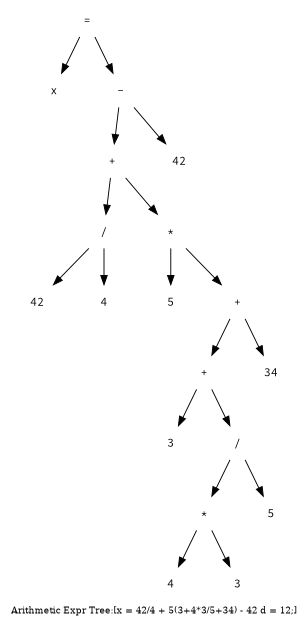
oldlonecoder/xio keeps this Graphviz diagram as xio.dot.png. Above is the earlier version. Its source is kept beside it as xio.dot.
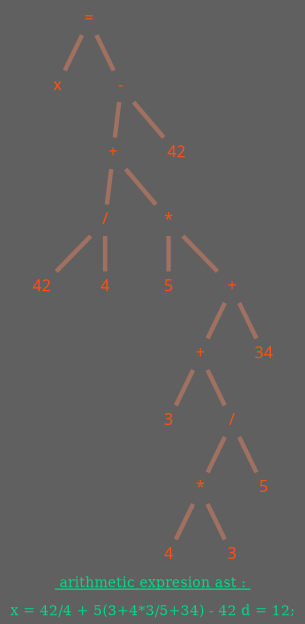
The same diagram one commit later.

Commit message:
store a little bit more complex example. :)

Change to the diagram source:
```diff
@@ -1,42 +1,42 @@
 digraph arithmetic_expressionree {
-ratio=compress; ranksep=.55; size = "6.5,6.5";
-    node [fontname="Source Code Pro", fontsize=12];
-    label="Arithmetic Expr Tree:[x = 42/4 + 5(3+4*3/5+34) - 42 d = 12;]"; fontsize = 10;
-    xioNode0x55661e4f7ab0 [shape=none, label="="]
-    xioNode0x55661e4fd700 [shape=none, label="x"]
-    xioNode0x55661e50f0a0 [shape=none, label="-"]
-    xioNode0x55661e5122c0 [shape=none, label="+"]
-    xioNode0x55661e511ae0 [shape=none, label="/"]
-    xioNode0x55661e509a50 [shape=none, label="42"]
-    xioNode0x55661e511e40 [shape=none, label="4"]
-    xioNode0x55661e512a50 [shape=none, label="*"]
-    xioNode0x55661e512640 [shape=none, label="5"]
-    xioNode0x55661e50e340 [shape=none, label="+"]
-    xioNode0x55661e50a790 [shape=none, label="+"]
-    xioNode0x55661e512b90 [shape=none, label="3"]
-    xioNode0x55661e50dab0 [shape=none, label="/"]
-    xioNode0x55661e512780 [shape=none, label="*"]
-    xioNode0x55661e50b430 [shape=none, label="4"]
-    xioNode0x55661e50d670 [shape=none, label="3"]
-    xioNode0x55661e50ddb0 [shape=none, label="5"]
-    xioNode0x55661e50e820 [shape=none, label="34"]
-    xioNode0x55661e50f420 [shape=none, label="42"]
-    xioNode0x55661e4f7ab0 -> xioNode0x55661e4fd700;
-    xioNode0x55661e4f7ab0 -> xioNode0x55661e50f0a0;
-    xioNode0x55661e50f0a0 -> xioNode0x55661e5122c0;
-    xioNode0x55661e5122c0 -> xioNode0x55661e511ae0;
-    xioNode0x55661e511ae0 -> xioNode0x55661e509a50;
-    xioNode0x55661e511ae0 -> xioNode0x55661e511e40;
-    xioNode0x55661e5122c0 -> xioNode0x55661e512a50;
-    xioNode0x55661e512a50 -> xioNode0x55661e512640;
-    xioNode0x55661e512a50 -> xioNode0x55661e50e340;
-    xioNode0x55661e50e340 -> xioNode0x55661e50a790;
-    xioNode0x55661e50a790 -> xioNode0x55661e512b90;
-    xioNode0x55661e50a790 -> xioNode0x55661e50dab0;
-    xioNode0x55661e50dab0 -> xioNode0x55661e512780;
-    xioNode0x55661e512780 -> xioNode0x55661e50b430;
-    xioNode0x55661e512780 -> xioNode0x55661e50d670;
-    xioNode0x55661e50dab0 -> xioNode0x55661e50ddb0;
-    xioNode0x55661e50e340 -> xioNode0x55661e50e820;
-    xioNode0x55661e50f0a0 -> xioNode0x55661e50f420;
+ratio=compress; ranksep=.55; size = "6.5,6.5"; bgcolor="#606060";
+    node [fontname="JetBrainsMono NF", fontsize=18, fontcolor="#ff500f"];
+    label = < <u> arithmetic expresion ast : </u> <br/> <br/>x = 42/4 + 5(3+4*3/5+34) - 42 d = 12;>; fontsize = 16; fontcolor="#00d787"
+    xioNode0x55f3fc889990 [shape=none, label="="]
+    xioNode0x55f3fc889600 [shape=none, label="x"]
+    xioNode0x55f3fc8a2060 [shape=none, label="-"]
+    xioNode0x55f3fc899f40 [shape=none, label="+"]
+    xioNode0x55f3fc8966d0 [shape=none, label="/"]
+    xioNode0x55f3fc895f70 [shape=none, label="42"]
+    xioNode0x55f3fc8974e0 [shape=none, label="4"]
+    xioNode0x55f3fc89ba90 [shape=none, label="*"]
+    xioNode0x55f3fc89b210 [shape=none, label="5"]
+    xioNode0x55f3fc89f9e0 [shape=none, label="+"]
+    xioNode0x55f3fc8a2bf0 [shape=none, label="+"]
+    xioNode0x55f3fc89d300 [shape=none, label="3"]
+    xioNode0x55f3fc89e0c0 [shape=none, label="/"]
+    xioNode0x55f3fc8a4250 [shape=none, label="*"]
+    xioNode0x55f3fc8a3930 [shape=none, label="4"]
+    xioNode0x55f3fc89daa0 [shape=none, label="3"]
+    xioNode0x55f3fc89f0c0 [shape=none, label="5"]
+    xioNode0x55f3fc8a0d00 [shape=none, label="34"]
+    xioNode0x55f3fc8afb90 [shape=none, label="42"]
+    xioNode0x55f3fc889990 -> xioNode0x55f3fc889600 [dir = none, color="#A07060", penwidth=5];
+    xioNode0x55f3fc889990 -> xioNode0x55f3fc8a2060 [dir = none, color="#A07060", penwidth=5];
+    xioNode0x55f3fc8a2060 -> xioNode0x55f3fc899f40 [dir = none, color="#A07060", penwidth=5];
+    xioNode0x55f3fc899f40 -> xioNode0x55f3fc8966d0 [dir = none, color="#A07060", penwidth=5];
+    xioNode0x55f3fc8966d0 -> xioNode0x55f3fc895f70 [dir = none, color="#A07060", penwidth=5];
+    xioNode0x55f3fc8966d0 -> xioNode0x55f3fc8974e0 [dir = none, color="#A07060", penwidth=5];
+    xioNode0x55f3fc899f40 -> xioNode0x55f3fc89ba90 [dir = none, color="#A07060", penwidth=5];
+    xioNode0x55f3fc89ba90 -> xioNode0x55f3fc89b210 [dir = none, color="#A07060", penwidth=5];
+    xioNode0x55f3fc89ba90 -> xioNode0x55f3fc89f9e0 [dir = none, color="#A07060", penwidth=5];
+    xioNode0x55f3fc89f9e0 -> xioNode0x55f3fc8a2bf0 [dir = none, color="#A07060", penwidth=5];
+    xioNode0x55f3fc8a2bf0 -> xioNode0x55f3fc89d300 [dir = none, color="#A07060", penwidth=5];
+    xioNode0x55f3fc8a2bf0 -> xioNode0x55f3fc89e0c0 [dir = none, color="#A07060", penwidth=5];
+    xioNode0x55f3fc89e0c0 -> xioNode0x55f3fc8a4250 [dir = none, color="#A07060", penwidth=5];
+    xioNode0x55f3fc8a4250 -> xioNode0x55f3fc8a3930 [dir = none, color="#A07060", penwidth=5];
+    xioNode0x55f3fc8a4250 -> xioNode0x55f3fc89daa0 [dir = none, color="#A07060", penwidth=5];
+    xioNode0x55f3fc89e0c0 -> xioNode0x55f3fc89f0c0 [dir = none, color="#A07060", penwidth=5];
+    xioNode0x55f3fc89f9e0 -> xioNode0x55f3fc8a0d00 [dir = none, color="#A07060", penwidth=5];
+    xioNode0x55f3fc8a2060 -> xioNode0x55f3fc8afb90 [dir = none, color="#A07060", penwidth=5];
 }
```
